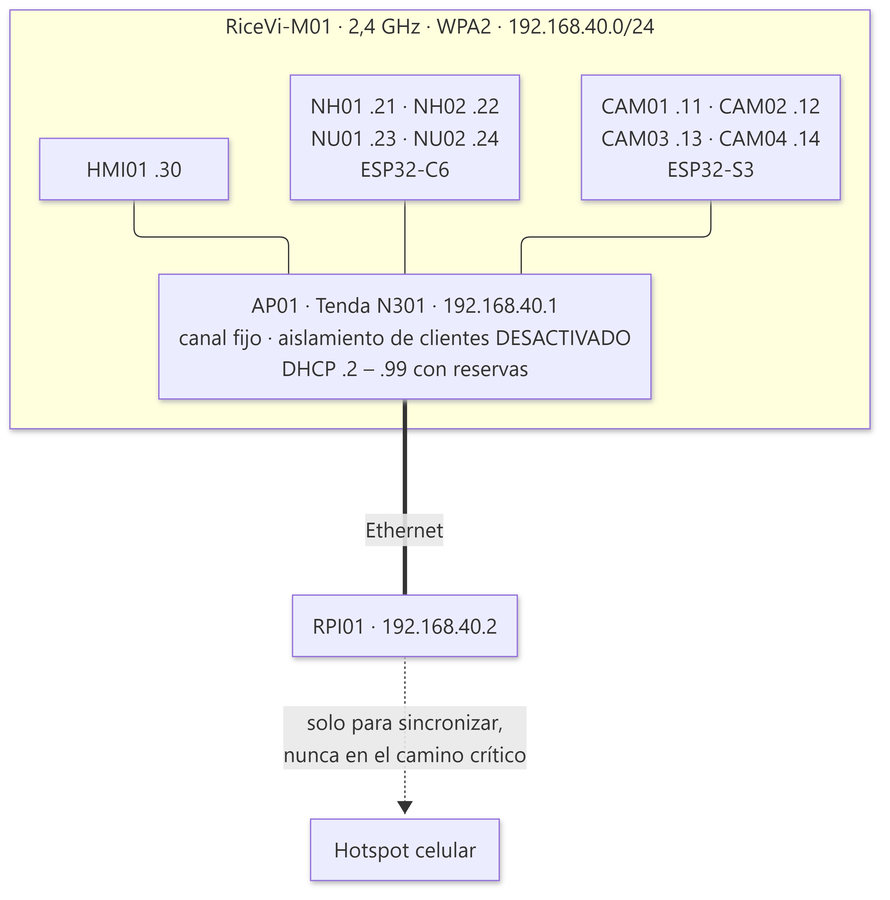
Camilo1408/config-ricevi keeps this Mermaid diagram as docs/diagramas/05-red.png. Above is the earlier version. Its source is kept beside it as docs/diagramas/05-red.mmd.
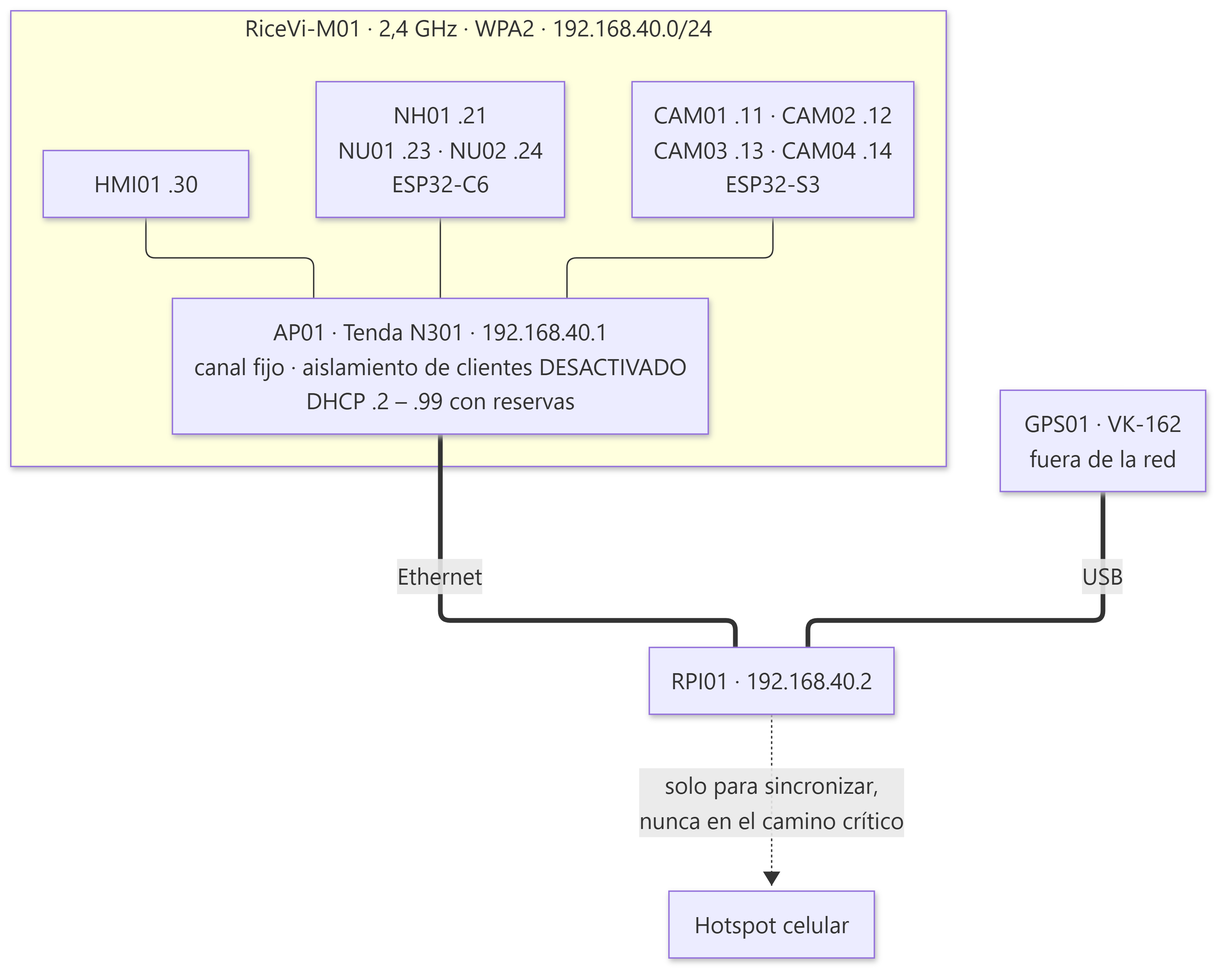
After the change.

Diff of the diagram source:
```diff
@@ -2,8 +2,9 @@
   subgraph LAN["RiceVi-M01 · 2,4 GHz · WPA2 · 192.168.40.0/24"]
     AP["AP01 · Tenda N301 · 192.168.40.1<br/>canal fijo · aislamiento de clientes DESACTIVADO<br/>DHCP .2 – .99 con reservas"]
     CAMS["CAM01 .11 · CAM02 .12<br/>CAM03 .13 · CAM04 .14<br/>ESP32-S3"] --- AP
-    SENS["NH01 .21 · NH02 .22<br/>NU01 .23 · NU02 .24<br/>ESP32-C6"] --- AP
+    SENS["NH01 .21<br/>NU01 .23 · NU02 .24<br/>ESP32-C6"] --- AP
     UI["HMI01 .30"] --- AP
   end
   AP ===|"Ethernet"| RPI["RPI01 · 192.168.40.2"]
+  GPS["GPS01 · VK-162<br/>fuera de la red"] ===|"USB"| RPI
   RPI -.->|"solo para sincronizar,<br/>nunca en el camino crítico"| W["Hotspot celular"]
```
